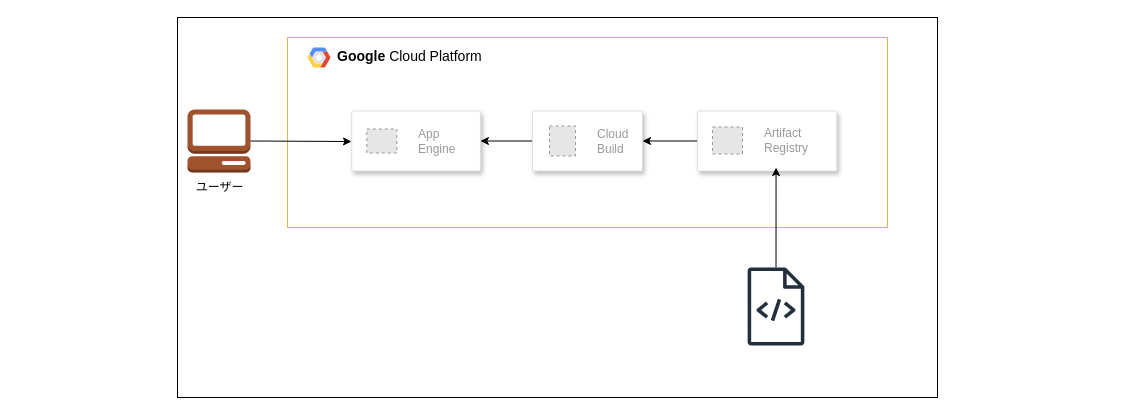
The draw.io diagram sources/gcp.drawio in sugiyama404/practice_func_pubsub, before the edit. Source tidied: cells renumbered, new cells numbered last; positions are measured from the earlier drawing's top-left corner, leaving out a move shared by most shapes. Both pictures are drawn from the tidied source at 100%, with x=0, y=0 at pixel (177, 17). Pictures stored in the file or linked from it are replaced by grey dashed boxes.
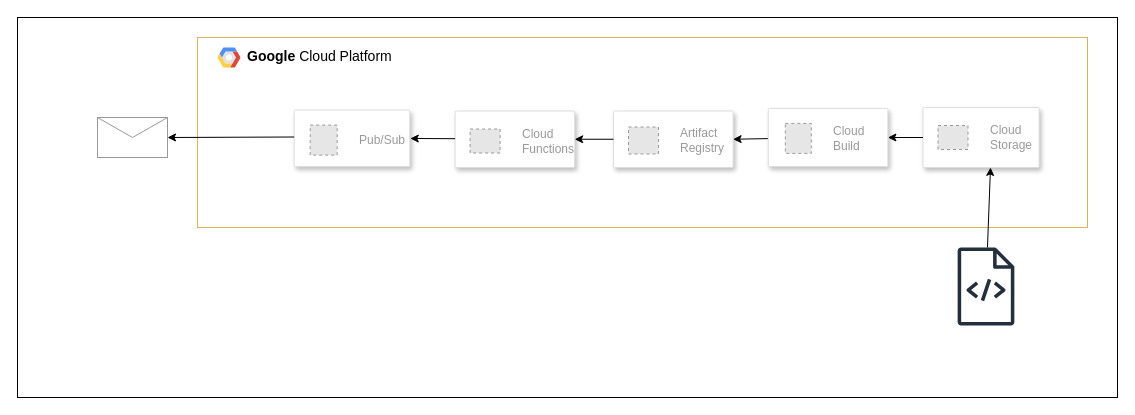
Above is the later version.

Change to the diagram source:
```diff
@@
     <mxCell id="2" style="rounded=0;whiteSpace=wrap;html=1;fillColor=light-dark(#FFFFFF,#FFFFFF);" parent="1" vertex="1">
-      <mxGeometry width="760" height="380" as="geometry" />
+      <mxGeometry x="-160" width="1100" height="380" as="geometry" />
     </mxCell>
-    <mxCell id="3" value="&lt;font style=&quot;color: light-dark(rgb(10, 0, 0), rgb(0, 0, 0));&quot;&gt;ユーザー&lt;/font&gt;" style="text;html=1;align=center;verticalAlign=middle;strokeColor=none;fillColor=none;" parent="1" vertex="1">
-      <mxGeometry x="6.5" y="155" width="70" height="30" as="geometry" />
-    </mxCell>
-    <mxCell id="4" style="outlineConnect=0;dashed=0;verticalLabelPosition=bottom;verticalAlign=top;align=center;html=1;shape=mxgraph.aws3.management_console;fillColor=light-dark(#A0522D,#0A0000);fontColor=#ffffff;strokeColor=light-dark(#6D1F00,#000000);" parent="1" vertex="1">
-      <mxGeometry x="10" y="92" width="63" height="63" as="geometry" />
-    </mxCell>
     <mxCell id="5" value="&lt;b&gt;Google &lt;/b&gt;Cloud Platform" style="shadow=0;fontSize=14;align=left;spacing=10;9E9E9E;verticalAlign=top;spacingTop=-4;fontStyle=0;spacingLeft=40;html=1;fillColor=light-dark(#FFFFFF,#DBEDFF);gradientColor=none;strokeColor=#d6b656;" parent="1" vertex="1">
-      <mxGeometry x="110" y="20" width="600" height="190" as="geometry" />
+      <mxGeometry x="20" y="20" width="890" height="190" as="geometry" />
     </mxCell>
@@
-    <mxCell id="7" style="strokeColor=#dddddd;shadow=1;strokeWidth=1;rounded=1;absoluteArcSize=1;arcSize=2;fillColor=light-dark(#FFFFFF,#FFFFFF);" parent="5" vertex="1">
-      <mxGeometry x="64.3" y="73.5" width="128.6" height="60" as="geometry" />
-    </mxCell>
-    <mxCell id="8" value="App&#10;Engine" style="fillColor=#E6E6E6;strokeColor=#999999;dashed=1;html=1;fontColor=#999999;verticalLabelPosition=middle;verticalAlign=middle;labelPosition=right;align=left;spacingLeft=20;" parent="7" vertex="1">
-      <mxGeometry width="30" height="24" relative="1" as="geometry">
-        <mxPoint x="15" y="18" as="offset" />
-      </mxGeometry>
-    </mxCell>
-    <mxCell id="9" style="edgeStyle=none;html=1;entryX=1;entryY=0.5;entryDx=0;entryDy=0;strokeColor=light-dark(#000000,#000000);" parent="5" edge="1" source="10" target="13">
-      <mxGeometry relative="1" as="geometry" />
-    </mxCell>
-    <mxCell id="10" style="strokeColor=#dddddd;shadow=1;strokeWidth=1;rounded=1;absoluteArcSize=1;arcSize=2;fillColor=light-dark(#FFFFFF,#FFFFFF);" parent="5" vertex="1">
-      <mxGeometry x="410" y="73.5" width="139.3" height="60" as="geometry" />
-    </mxCell>
-    <mxCell id="11" value="Artifact&#10;Registry" style="fillColor=#E6E6E6;strokeColor=#999999;dashed=1;html=1;fontColor=#999999;verticalLabelPosition=middle;verticalAlign=middle;labelPosition=right;align=left;spacingLeft=20;" parent="10" vertex="1">
-      <mxGeometry width="30" height="27" relative="1" as="geometry">
-        <mxPoint x="15" y="16" as="offset" />
-      </mxGeometry>
-    </mxCell>
-    <mxCell id="12" style="edgeStyle=none;html=1;entryX=1;entryY=0.5;entryDx=0;entryDy=0;strokeColor=light-dark(#000000,#000000);" parent="5" edge="1" source="13" target="7">
+    <mxCell id="12" style="edgeStyle=none;html=1;strokeColor=light-dark(#000000,#000000);entryX=1;entryY=0.5;entryDx=0;entryDy=0;" parent="5" edge="1" source="13" target="10">
       <mxGeometry relative="1" as="geometry" />
     </mxCell>
     <mxCell id="13" style="strokeColor=#dddddd;shadow=1;strokeWidth=1;rounded=1;absoluteArcSize=1;arcSize=2;fillColor=light-dark(#FFFFFF,#FFFFFF);" parent="5" vertex="1">
-      <mxGeometry x="245" y="73.5" width="110" height="60" as="geometry" />
+      <mxGeometry x="570.8" y="70.9" width="119.6" height="58.2" as="geometry" />
     </mxCell>
@@
-    <mxCell id="15" style="edgeStyle=none;html=1;strokeColor=light-dark(#050000, #0a0000);exitX=1;exitY=0.5;exitDx=0;exitDy=0;exitPerimeter=0;" parent="1" edge="1" source="4">
-      <mxGeometry relative="1" as="geometry">
-        <mxPoint x="174" y="124" as="targetPoint" />
-      </mxGeometry>
-    </mxCell>
+    <mxCell id="18" style="strokeColor=#dddddd;shadow=1;strokeWidth=1;rounded=1;absoluteArcSize=1;arcSize=2;fillColor=light-dark(#FFFFFF,#FFFFFF);" parent="5" vertex="1">
+      <mxGeometry x="257.6" y="73.5" width="119.6" height="56.5" as="geometry" />
+    </mxCell>
+    <mxCell id="19" value="Cloud&#10;Functions" style="fillColor=#E6E6E6;strokeColor=#999999;dashed=1;html=1;fontColor=#999999;verticalLabelPosition=middle;verticalAlign=middle;labelPosition=right;align=left;spacingLeft=20;" parent="18" vertex="1">
+      <mxGeometry width="30" height="24" relative="1" as="geometry">
+        <mxPoint x="15" y="18" as="offset" />
+      </mxGeometry>
+    </mxCell>
+    <mxCell id="20" style="strokeColor=#dddddd;shadow=1;strokeWidth=1;rounded=1;absoluteArcSize=1;arcSize=2;fillColor=light-dark(#FFFFFF,#FFFFFF);" parent="5" vertex="1">
+      <mxGeometry x="96.7" y="72.6" width="115.6" height="56.5" as="geometry" />
+    </mxCell>
+    <mxCell id="21" value="Pub/Sub" style="fillColor=#E6E6E6;strokeColor=#999999;dashed=1;html=1;fontColor=#999999;verticalLabelPosition=middle;verticalAlign=middle;labelPosition=right;align=left;spacingLeft=20;" parent="20" vertex="1">
+      <mxGeometry width="27" height="30" relative="1" as="geometry">
+        <mxPoint x="16" y="15" as="offset" />
+      </mxGeometry>
+    </mxCell>
+    <mxCell id="22" style="edgeStyle=none;html=1;strokeColor=light-dark(#000000,#000000);" parent="5" edge="1">
+      <mxGeometry relative="1" as="geometry">
+        <mxPoint x="257.6" y="101.2" as="sourcePoint" />
+        <mxPoint x="212.8" y="101" as="targetPoint" />
+      </mxGeometry>
+    </mxCell>
+    <mxCell id="23" style="edgeStyle=none;html=1;strokeColor=light-dark(#000000,#000000);" parent="5" edge="1">
+      <mxGeometry relative="1" as="geometry">
+        <mxPoint x="96.7" y="99.5" as="sourcePoint" />
+        <mxPoint x="-30" y="100" as="targetPoint" />
+      </mxGeometry>
+    </mxCell>
+    <mxCell id="24" style="strokeColor=#dddddd;shadow=1;strokeWidth=1;rounded=1;absoluteArcSize=1;arcSize=2;fillColor=light-dark(#FFFFFF,#FFFFFF);" parent="5" vertex="1">
+      <mxGeometry x="725.5" y="70" width="116.1" height="60" as="geometry" />
+    </mxCell>
+    <mxCell id="25" value="Cloud&#10;Storage" style="fillColor=#E6E6E6;strokeColor=#999999;dashed=1;html=1;fontColor=#999999;verticalLabelPosition=middle;verticalAlign=middle;labelPosition=right;align=left;spacingLeft=20;" parent="24" vertex="1">
+      <mxGeometry width="30" height="24" relative="1" as="geometry">
+        <mxPoint x="15" y="18" as="offset" />
+      </mxGeometry>
+    </mxCell>
+    <mxCell id="10" style="strokeColor=#dddddd;shadow=1;strokeWidth=1;rounded=1;absoluteArcSize=1;arcSize=2;fillColor=light-dark(#FFFFFF,#FFFFFF);" parent="5" vertex="1">
+      <mxGeometry x="416" y="73.5" width="119.6" height="56.5" as="geometry" />
+    </mxCell>
+    <mxCell id="11" value="Artifact&#10;Registry" style="fillColor=#E6E6E6;strokeColor=#999999;dashed=1;html=1;fontColor=#999999;verticalLabelPosition=middle;verticalAlign=middle;labelPosition=right;align=left;spacingLeft=20;" parent="10" vertex="1">
+      <mxGeometry width="30" height="27" relative="1" as="geometry">
+        <mxPoint x="15" y="16" as="offset" />
+      </mxGeometry>
+    </mxCell>
+    <mxCell id="9" style="edgeStyle=none;html=1;strokeColor=light-dark(#000000,#000000);entryX=1;entryY=0.5;entryDx=0;entryDy=0;" parent="5" edge="1" source="10" target="18">
+      <mxGeometry relative="1" as="geometry" />
+    </mxCell>
+    <mxCell id="26" style="edgeStyle=none;html=1;strokeColor=light-dark(#000000,#000000);entryX=1;entryY=0.5;entryDx=0;entryDy=0;exitX=0;exitY=0.5;exitDx=0;exitDy=0;" parent="5" edge="1" source="24" target="13">
+      <mxGeometry relative="1" as="geometry" />
+    </mxCell>
-    <mxCell id="16" style="edgeStyle=none;html=1;entryX=0.564;entryY=0.942;entryDx=0;entryDy=0;entryPerimeter=0;strokeColor=light-dark(#000000,#0A0000);" parent="1" edge="1" source="17" target="10">
+    <mxCell id="16" style="edgeStyle=none;html=1;strokeColor=light-dark(#000000,#0A0000);entryX=0.891;entryY=0.684;entryDx=0;entryDy=0;entryPerimeter=0;" parent="1" edge="1" source="17" target="5">
       <mxGeometry relative="1" as="geometry" />
     </mxCell>
     <mxCell id="17" style="sketch=0;outlineConnect=0;fontColor=#232F3E;gradientColor=none;fillColor=#232F3D;strokeColor=none;dashed=0;verticalLabelPosition=bottom;verticalAlign=top;align=center;html=1;fontSize=12;fontStyle=0;shape=mxgraph.aws4.source_code;" parent="1" vertex="1">
-      <mxGeometry x="570" y="250" width="57" height="78" as="geometry" />
+      <mxGeometry x="780" y="230" width="57" height="78" as="geometry" />
     </mxCell>
+    <mxCell id="27" style="verticalLabelPosition=bottom;shadow=0;dashed=0;align=center;html=1;verticalAlign=top;strokeWidth=1;shape=mxgraph.mockup.misc.mail2;strokeColor=#999999;fillColor=light-dark(#FFFFFF,#FFFFFF);" parent="1" vertex="1">
+      <mxGeometry x="-80" y="100" width="70" height="40" as="geometry" />
+    </mxCell>
```
